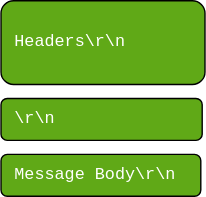
Earlier version of the draw.io export docs/notes/img/1.1-4.drawio.svg (Greg-T8/eJPT). Source tidied: cells renumbered, new cells last; positions are measured from the earlier drawing's top-left corner, leaving out a move shared by most shapes.
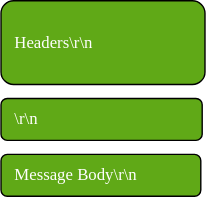
After the change.

Change to the diagram source:
```diff
@@ -5,13 +5,13 @@
     <mxCell id="2" style="group;" parent="1" vertex="1">
       <mxGeometry width="146" height="140" as="geometry" />
     </mxCell>
-    <mxCell id="3" value="Headers\r\n" style="rounded=1;whiteSpace=wrap;html=1;align=left;spacing=10;fontFamily=Courier New;labelBackgroundColor=none;fillColor=#60a917;strokeColor=#000000;fontColor=#ffffff;" parent="2" vertex="1">
+    <mxCell id="3" value="&lt;font face=&quot;Lucida Console&quot;&gt;Headers\r\n&lt;/font&gt;" style="rounded=1;whiteSpace=wrap;html=1;align=left;spacing=10;fontFamily=Courier New;labelBackgroundColor=none;fillColor=#60a917;strokeColor=#000000;fontColor=#ffffff;" parent="2" vertex="1">
       <mxGeometry width="146" height="60" as="geometry" />
     </mxCell>
-    <mxCell id="4" value="\r\n" style="rounded=1;whiteSpace=wrap;html=1;align=left;spacing=10;fontFamily=Courier New;fillColor=#60a917;strokeColor=#000000;fontColor=#ffffff;labelBackgroundColor=none;" parent="2" vertex="1">
+    <mxCell id="4" value="&lt;font face=&quot;Lucida Console&quot;&gt;\r\n&lt;/font&gt;" style="rounded=1;whiteSpace=wrap;html=1;align=left;spacing=10;fontFamily=Courier New;fillColor=#60a917;strokeColor=#000000;fontColor=#ffffff;labelBackgroundColor=none;" parent="2" vertex="1">
       <mxGeometry y="70" width="144" height="30" as="geometry" />
     </mxCell>
-    <mxCell id="5" value="Message Body\r\n" style="rounded=1;whiteSpace=wrap;html=1;align=left;fontFamily=Courier New;fillColor=#60a917;strokeColor=#000000;fontColor=#ffffff;spacing=10;labelBackgroundColor=none;" parent="2" vertex="1">
+    <mxCell id="5" value="&lt;font face=&quot;Lucida Console&quot;&gt;Message Body\r\n&lt;/font&gt;" style="rounded=1;whiteSpace=wrap;html=1;align=left;fontFamily=Courier New;fillColor=#60a917;strokeColor=#000000;fontColor=#ffffff;spacing=10;labelBackgroundColor=none;" parent="2" vertex="1">
       <mxGeometry y="110" width="143" height="30" as="geometry" />
     </mxCell>
   </root>
```
